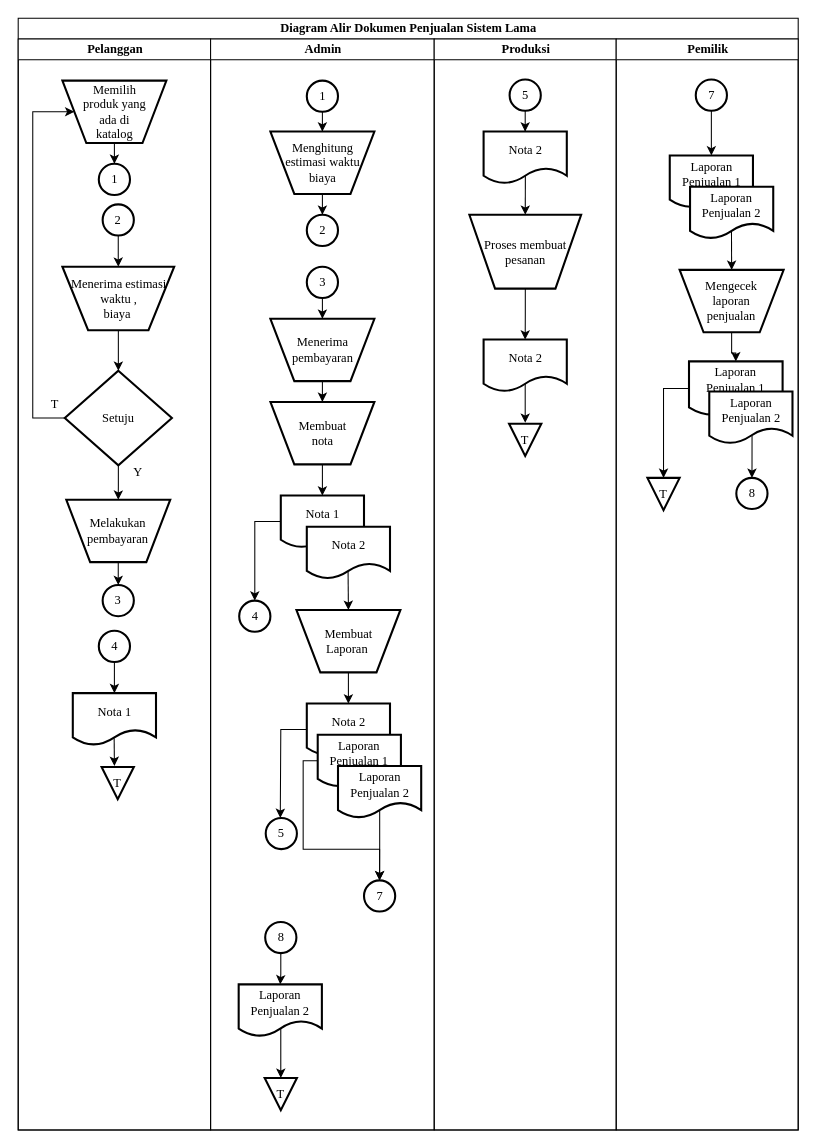
angelinahandini/TA keeps this draw.io diagram as page "Halaman-16" (16 of 17) of TA.drawio. Above is the earlier version. Source tidied: cells renumbered, new cells numbered last; positions are measured from the earlier drawing's top-left corner, leaving out a move shared by most shapes. Both pictures are drawn from the tidied source at 104%, with x=0, y=0 at pixel (18, 18).
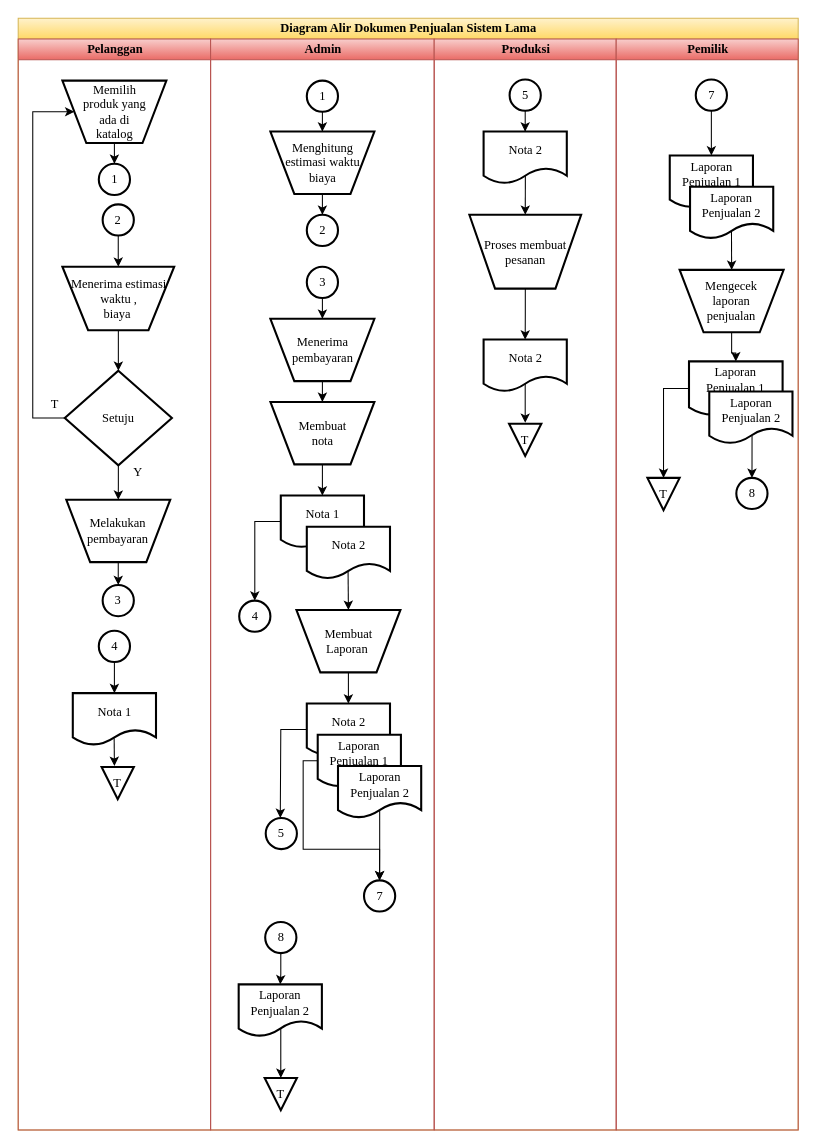
After the change.

The edit, as a diff of the source:
```diff
@@
-    <mxCell id="2" value="Diagram Alir Dokumen Penjualan Sistem Lama" style="swimlane;startSize=20;html=1;fontFamily=Times New Roman;" parent="1" vertex="1">
+    <mxCell id="2" value="Diagram Alir Dokumen Penjualan Sistem Lama" style="swimlane;startSize=20;html=1;fontFamily=Times New Roman;fillColor=#fff2cc;gradientColor=#ffd966;strokeColor=#d6b656;" parent="1" vertex="1">
       <mxGeometry width="750" height="1069" as="geometry" />
     </mxCell>
-    <mxCell id="3" value="Pelanggan" style="swimlane;startSize=20;html=1;fontFamily=Times New Roman;" parent="2" vertex="1">
+    <mxCell id="3" value="Pelanggan" style="swimlane;startSize=20;html=1;fontFamily=Times New Roman;fillColor=#f8cecc;gradientColor=#ea6b66;strokeColor=#b85450;" parent="2" vertex="1">
       <mxGeometry y="20" width="185" height="1049" as="geometry" />
     </mxCell>
@@
-    <mxCell id="37" value="Admin" style="swimlane;startSize=20;html=1;fontFamily=Times New Roman;" parent="2" vertex="1">
+    <mxCell id="37" value="Admin" style="swimlane;startSize=20;html=1;fontFamily=Times New Roman;fillColor=#f8cecc;gradientColor=#ea6b66;strokeColor=#b85450;" parent="2" vertex="1">
       <mxGeometry x="185" y="20" width="215" height="1049" as="geometry" />
     </mxCell>
@@
-    <mxCell id="69" value="Produksi" style="swimlane;startSize=20;html=1;fontFamily=Times New Roman;" parent="2" vertex="1">
+    <mxCell id="69" value="Produksi" style="swimlane;startSize=20;html=1;fontFamily=Times New Roman;fillColor=#f8cecc;gradientColor=#ea6b66;strokeColor=#b85450;" parent="2" vertex="1">
       <mxGeometry x="400" y="20" width="175" height="1049" as="geometry" />
     </mxCell>
@@
-    <mxCell id="79" value="Pemilik" style="swimlane;startSize=20;html=1;fontFamily=Times New Roman;" parent="2" vertex="1">
+    <mxCell id="79" value="Pemilik" style="swimlane;startSize=20;html=1;fontFamily=Times New Roman;fillColor=#f8cecc;gradientColor=#ea6b66;strokeColor=#b85450;" parent="2" vertex="1">
       <mxGeometry x="575" y="20" width="175" height="1049" as="geometry" />
     </mxCell>
```
